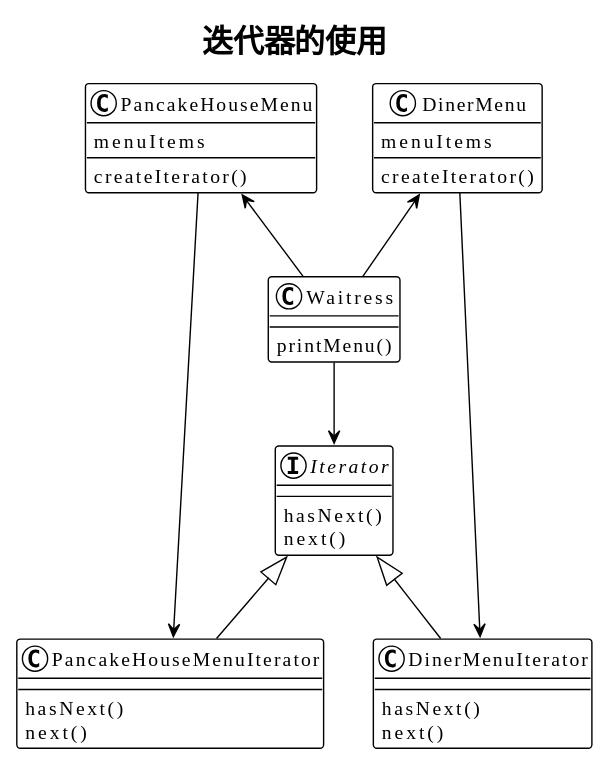
Before: src/chapteri/a/uml.svg, a diagram exported from PlantUML (chesterchenn/HFDP).
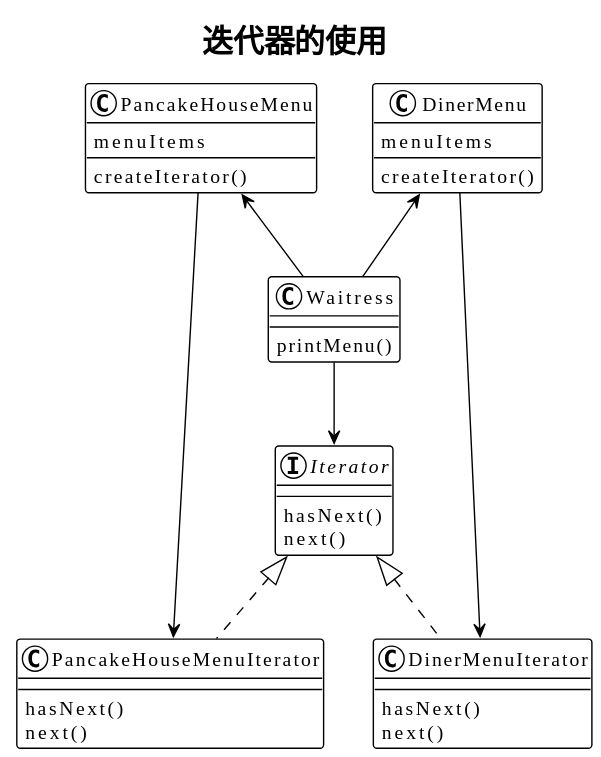
Later version of the same file.

Commit message:
fix: 📝修改UML图的错误

Diff of the diagram source:
```diff
@@ -31,8 +31,8 @@
   next()
 }
 
-Iterator <|-- PancakeHouseMenuIterator
-Iterator <|-- DinerMenuIterator
+Iterator <|.. PancakeHouseMenuIterator
+Iterator <|.. DinerMenuIterator
 
 PancakeHouseMenu <-- Waitress
 DinerMenu <-- Waitress
```
